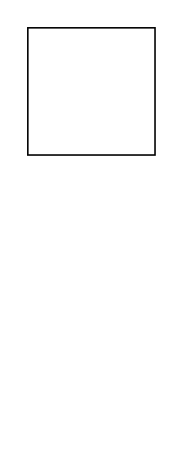
Rliguang/daisenqiu keeps this draw.io diagram as 2进1出/戴森球.drawio. Above is the earlier version. Source tidied: cells renumbered, new cells numbered last; positions are measured from the earlier drawing's top-left corner, leaving out a move shared by most shapes. Both pictures are drawn from the tidied source at 159%, with x=0, y=0 at pixel (27, 27).
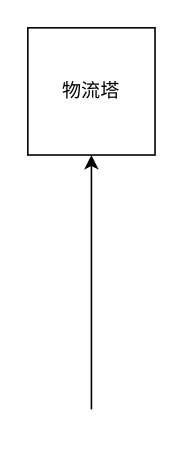
After the change.

Commit message (it also covers changes not shown here):
更新戴森球.drawio

Diff of the diagram source:
```diff
@@
 <mxGraphModel>
   <root>
     <mxCell id="0" />
     <mxCell id="1" parent="0" />
-    <mxCell id="2" style="whiteSpace=wrap;html=1;" parent="1" vertex="1">
+    <mxCell id="2" value="物流塔" style="whiteSpace=wrap;html=1;" parent="1" vertex="1">
       <mxGeometry width="80" height="80" as="geometry" />
     </mxCell>
+    <mxCell id="3" style="endArrow=classic;html=1;entryX=0.5;entryY=1;entryDx=0;entryDy=0;" parent="1" edge="1" target="2">
+      <mxGeometry relative="1" as="geometry">
+        <mxPoint x="40" y="240" as="sourcePoint" />
+      </mxGeometry>
+    </mxCell>
   </root>
 </mxGraphModel>
```
